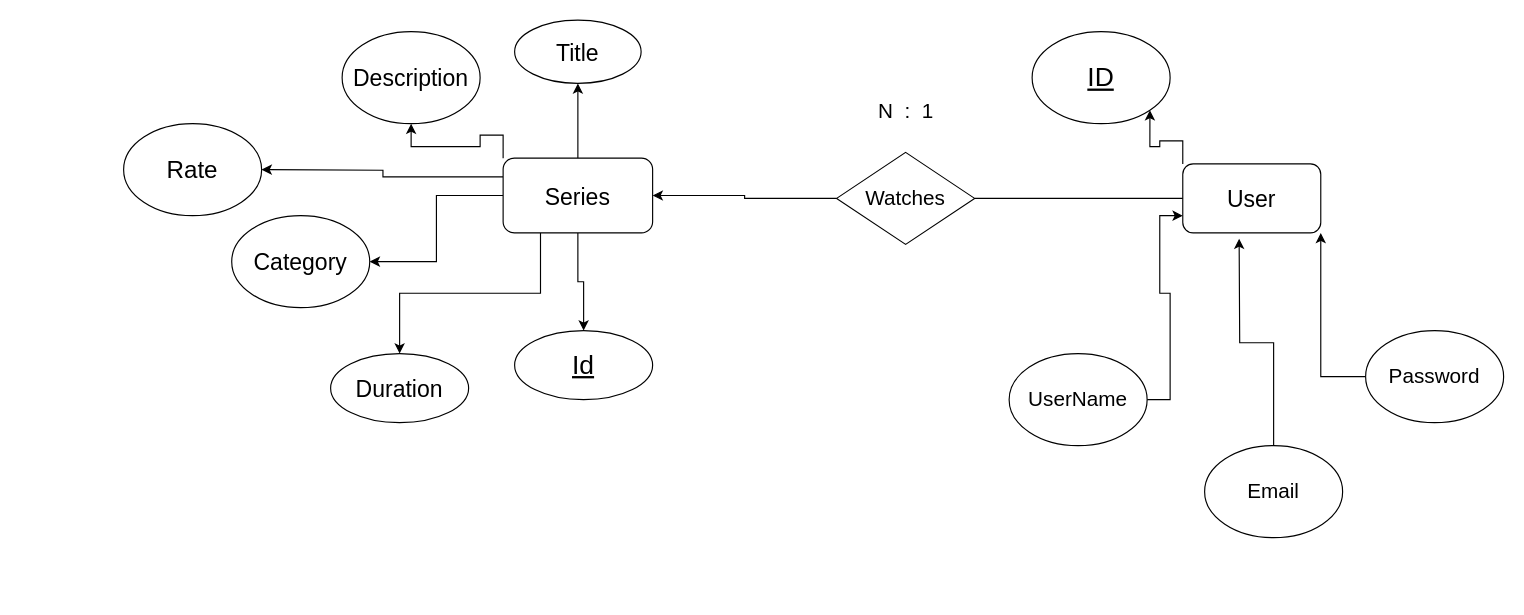
elandmartinez/Draw_in_Canvas keeps this draw.io diagram as page "Página-1" (1 of 2) of Diagrama sin título.drawio. Above is the earlier version. Source tidied: cells renumbered, new cells numbered last; positions are measured from the earlier drawing's top-left corner, leaving out a move shared by most shapes. Both pictures are drawn from the tidied source at 115%, with x=0, y=0 at pixel (123, 20).
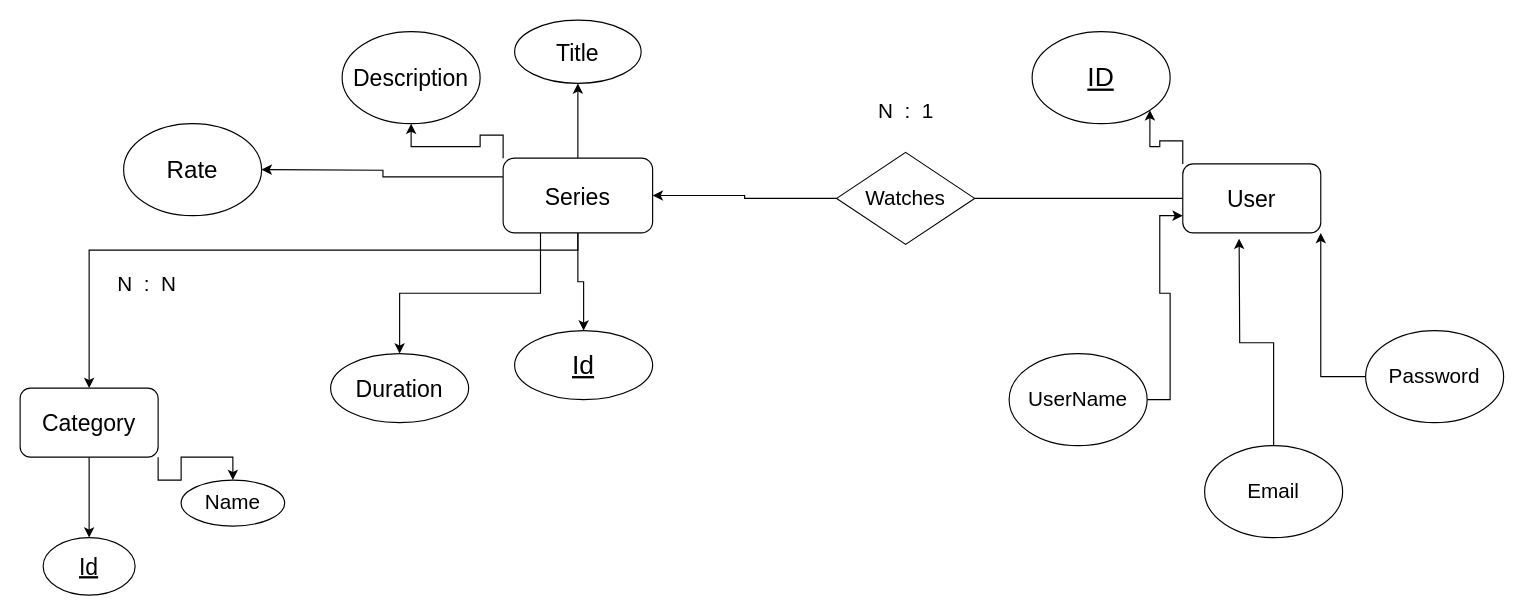
The same diagram, later.

The change refers to these unchanged cells:
```xml
<mxCell id="8" value="Series" style="rounded=1;whiteSpace=wrap;html=1;fontSize=20;" parent="1" vertex="1">
  <mxGeometry x="330" y="120" width="130" height="65" as="geometry" />
</mxCell>
```

The edit, as a diff of the source:
```diff
@@
-    <mxCell id="4" style="edgeStyle=orthogonalEdgeStyle;rounded=0;jettySize=auto;html=1;entryX=1;entryY=0.5;entryDx=0;entryDy=0;" parent="1" edge="1" source="8" target="17">
-      <mxGeometry relative="1" as="geometry" />
+    <mxCell id="4" style="edgeStyle=orthogonalEdgeStyle;rounded=0;jettySize=auto;html=1;entryX=0.5;entryY=0;entryDx=0;entryDy=0;" parent="1" edge="1" source="8" target="17">
+      <mxGeometry relative="1" as="geometry">
+        <Array as="points">
+          <mxPoint x="395" y="200" />
+          <mxPoint x="-30" y="200" />
+        </Array>
+      </mxGeometry>
     </mxCell>
@@
-    <mxCell id="17" value="Category" style="ellipse;whiteSpace=wrap;html=1;fontSize=20;" parent="1" vertex="1">
-      <mxGeometry x="94" y="170" width="120" height="80" as="geometry" />
-    </mxCell>
@@
+    <mxCell id="28" style="edgeStyle=orthogonalEdgeStyle;rounded=0;jettySize=auto;html=1;" parent="1" edge="1" source="17" target="30">
+      <mxGeometry relative="1" as="geometry" />
+    </mxCell>
+    <mxCell id="29" style="edgeStyle=orthogonalEdgeStyle;rounded=0;jettySize=auto;html=1;exitX=1;exitY=1;exitDx=0;exitDy=0;" parent="1" edge="1" source="17" target="31">
+      <mxGeometry relative="1" as="geometry" />
+    </mxCell>
+    <mxCell id="17" value="Category" style="rounded=1;whiteSpace=wrap;html=1;fontSize=20;" parent="1" vertex="1">
+      <mxGeometry x="-90" y="320" width="120" height="60" as="geometry" />
+    </mxCell>
+    <mxCell id="30" value="Id" style="ellipse;whiteSpace=wrap;html=1;fontSize=20;rounded=1;fontStyle=4;" parent="1" vertex="1">
+      <mxGeometry x="-70" y="450" width="80" height="50" as="geometry" />
+    </mxCell>
+    <mxCell id="31" value="Name" style="ellipse;whiteSpace=wrap;html=1;fontSize=18;" parent="1" vertex="1">
+      <mxGeometry x="50" y="400" width="90" height="40" as="geometry" />
+    </mxCell>
+    <mxCell id="32" value="N&amp;nbsp; :&amp;nbsp; N" style="text;html=1;align=center;verticalAlign=middle;strokeColor=none;fillColor=none;fontSize=18;" parent="1" vertex="1">
+      <mxGeometry x="-15" y="210" width="70" height="40" as="geometry" />
+    </mxCell>
```
